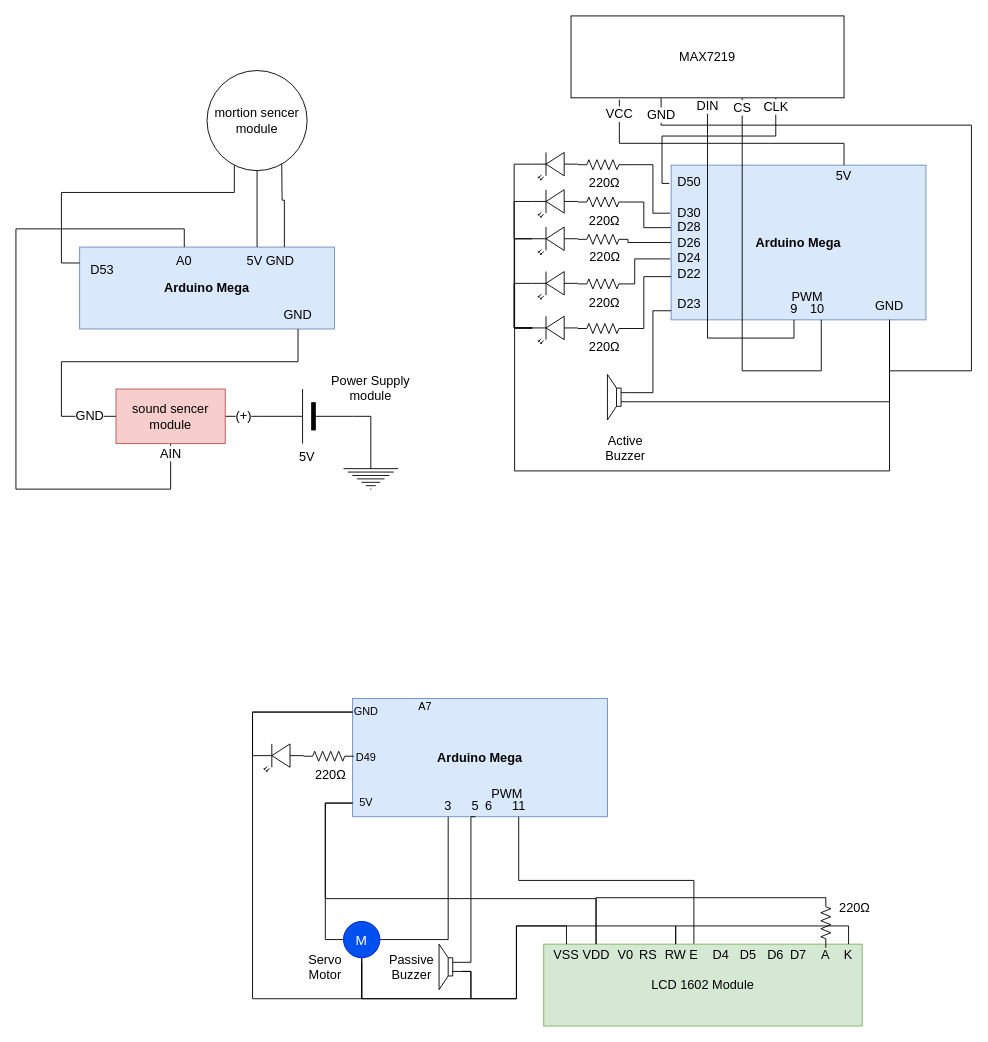
Earlier version of the draw.io diagram page "elect" (4 of 4) of SmartBath.drawio (AK-8420/documents_2021_Arduino_arch). Source tidied: cells renumbered, new cells numbered last; positions are measured from the earlier drawing's top-left corner, leaving out a move shared by most shapes. Both pictures are drawn from the tidied source at 91%, with x=0, y=0 at pixel (15, 15).
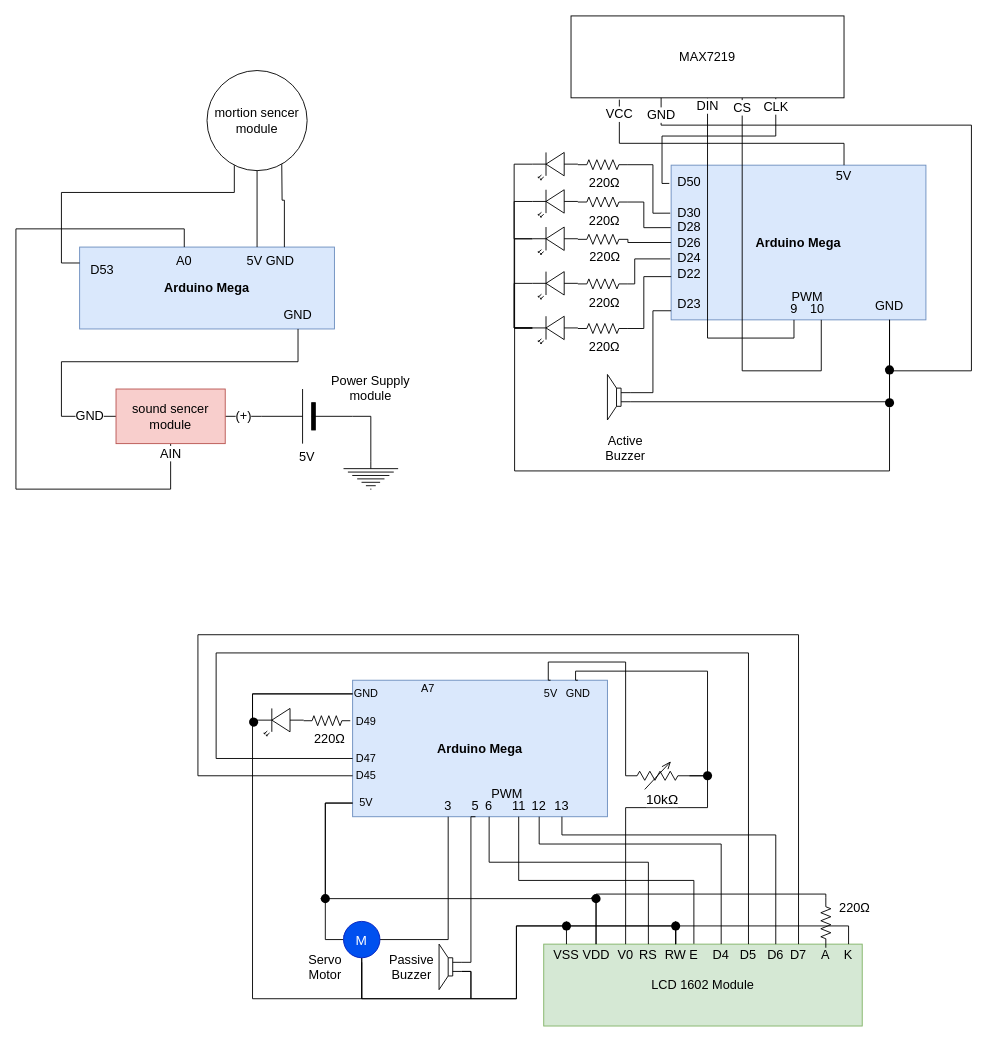
After the change.

The change refers to these unchanged cells:
```xml
<mxCell id="16" value="GND" style="text;html=1;strokeColor=none;fillColor=none;align=center;verticalAlign=middle;whiteSpace=wrap;rounded=0;fontSize=14;" parent="1" vertex="1">
  <mxGeometry x="930" y="304" width="60" height="30" as="geometry" />
</mxCell>
<mxCell id="19" style="verticalLabelPosition=bottom;shadow=0;dashed=0;align=center;html=1;verticalAlign=top;shape=mxgraph.electrical.opto_electronics.led_2;fontSize=14;rotation=-180;" parent="1" vertex="1">
  <mxGeometry x="567.5" y="330" width="50" height="30" as="geometry" />
</mxCell>
<mxCell id="22" style="verticalLabelPosition=bottom;shadow=0;dashed=0;align=center;html=1;verticalAlign=top;shape=mxgraph.electrical.electro-mechanical.loudspeaker;fontSize=14;rotation=-180;" parent="1" vertex="1">
  <mxGeometry x="650" y="394" width="25" height="50" as="geometry" />
</mxCell>
<mxCell id="71" value="5V" style="text;html=1;strokeColor=none;fillColor=none;align=center;verticalAlign=middle;whiteSpace=wrap;rounded=0;" parent="1" vertex="1">
  <mxGeometry x="370" y="850" width="30" height="30" as="geometry" />
</mxCell>
<mxCell id="82" value="VDD" style="text;html=1;strokeColor=none;fillColor=none;align=center;verticalAlign=middle;whiteSpace=wrap;rounded=0;fontSize=14;" parent="1" vertex="1">
  <mxGeometry x="622.5" y="1020" width="30" height="24" as="geometry" />
</mxCell>
<mxCell id="84" value="VSS" style="text;html=1;strokeColor=none;fillColor=none;align=center;verticalAlign=middle;whiteSpace=wrap;rounded=0;fontSize=14;" parent="1" vertex="1">
  <mxGeometry x="590" y="1020" width="30" height="24" as="geometry" />
</mxCell>
<mxCell id="85" value="&lt;font style=&quot;font-size: 15px&quot;&gt;M&lt;/font&gt;" style="ellipse;whiteSpace=wrap;html=1;fillColor=#0050ef;fontColor=#ffffff;strokeColor=#001DBC;" parent="1" vertex="1">
  <mxGeometry x="360" y="995" width="40" height="40" as="geometry" />
</mxCell>
<mxCell id="87" value="D4" style="text;html=1;strokeColor=none;fillColor=none;align=center;verticalAlign=middle;whiteSpace=wrap;rounded=0;fontSize=14;" parent="1" vertex="1">
  <mxGeometry x="760" y="1020" width="30" height="24" as="geometry" />
</mxCell>
<mxCell id="88" value="D5" style="text;html=1;strokeColor=none;fillColor=none;align=center;verticalAlign=middle;whiteSpace=wrap;rounded=0;fontSize=14;" parent="1" vertex="1">
  <mxGeometry x="790" y="1020" width="30" height="24" as="geometry" />
</mxCell>
<mxCell id="89" value="D6" style="text;html=1;strokeColor=none;fillColor=none;align=center;verticalAlign=middle;whiteSpace=wrap;rounded=0;fontSize=14;" parent="1" vertex="1">
  <mxGeometry x="820" y="1020" width="30" height="24" as="geometry" />
</mxCell>
<mxCell id="90" value="D7" style="text;html=1;strokeColor=none;fillColor=none;align=center;verticalAlign=middle;whiteSpace=wrap;rounded=0;fontSize=14;" parent="1" vertex="1">
  <mxGeometry x="845" y="1020" width="30" height="24" as="geometry" />
</mxCell>
<mxCell id="94" value="K" style="text;html=1;strokeColor=none;fillColor=none;align=center;verticalAlign=middle;whiteSpace=wrap;rounded=0;fontSize=14;" parent="1" vertex="1">
  <mxGeometry x="900" y="1020" width="30" height="24" as="geometry" />
</mxCell>
<mxCell id="95" value="RW" style="text;html=1;strokeColor=none;fillColor=none;align=center;verticalAlign=middle;whiteSpace=wrap;rounded=0;fontSize=14;" parent="1" vertex="1">
  <mxGeometry x="710" y="1020" width="30" height="24" as="geometry" />
</mxCell>
<mxCell id="96" value="V0" style="text;html=1;strokeColor=none;fillColor=none;align=center;verticalAlign=middle;whiteSpace=wrap;rounded=0;fontSize=14;" parent="1" vertex="1">
  <mxGeometry x="655" y="1020" width="30" height="24" as="geometry" />
</mxCell>
<mxCell id="97" value="RS" style="text;html=1;strokeColor=none;fillColor=none;align=center;verticalAlign=middle;whiteSpace=wrap;rounded=0;fontSize=14;" parent="1" vertex="1">
  <mxGeometry x="680" y="1020" width="30" height="24" as="geometry" />
</mxCell>
<mxCell id="100" style="verticalLabelPosition=bottom;shadow=0;dashed=0;align=center;html=1;verticalAlign=top;shape=mxgraph.electrical.resistors.resistor_2;fontSize=14;rotation=90;" parent="1" vertex="1">
  <mxGeometry x="862.5" y="991" width="55" height="11" as="geometry" />
</mxCell>
<mxCell id="101" value="5" style="text;html=1;strokeColor=none;fillColor=none;align=center;verticalAlign=middle;whiteSpace=wrap;rounded=0;fontSize=14;" parent="1" vertex="1">
  <mxGeometry x="490" y="856" width="30" height="24" as="geometry" />
</mxCell>
```

Change to the diagram source:
```diff
@@
-    <mxCell id="18" style="edgeStyle=orthogonalEdgeStyle;rounded=0;jettySize=auto;html=1;exitX=1;exitY=0.57;exitDx=0;exitDy=0;exitPerimeter=0;entryX=0.5;entryY=1;entryDx=0;entryDy=0;fontSize=14;endArrow=none;endFill=0;" parent="1" edge="1" source="19" target="16">
+    <mxCell id="18" style="edgeStyle=orthogonalEdgeStyle;rounded=0;jettySize=auto;html=1;exitX=1;exitY=0.57;exitDx=0;exitDy=0;exitPerimeter=0;entryX=0.5;entryY=1;entryDx=0;entryDy=0;fontSize=14;endArrow=none;endFill=0;startArrow=none;" parent="1" edge="1" source="115" target="16">
       <mxGeometry relative="1" as="geometry">
         <Array as="points">
-          <mxPoint x="548" y="343" />
-          <mxPoint x="548" y="500" />
-          <mxPoint x="960" y="500" />
+          <mxPoint x="960" y="426" />
         </Array>
       </mxGeometry>
     </mxCell>
@@
-    <mxCell id="20" style="edgeStyle=orthogonalEdgeStyle;rounded=0;jettySize=auto;html=1;exitX=0;exitY=0.4;exitDx=0;exitDy=0;exitPerimeter=0;entryX=0.5;entryY=1;entryDx=0;entryDy=0;fontSize=14;endArrow=none;endFill=0;" parent="1" edge="1" source="22" target="16">
-      <mxGeometry relative="1" as="geometry" />
+    <mxCell id="20" style="edgeStyle=orthogonalEdgeStyle;rounded=0;jettySize=auto;html=1;exitX=0;exitY=0.4;exitDx=0;exitDy=0;exitPerimeter=0;entryX=0.5;entryY=1;entryDx=0;entryDy=0;fontSize=14;endArrow=none;endFill=0;startArrow=none;" parent="1" edge="1" source="117" target="16">
+      <mxGeometry relative="1" as="geometry">
+        <Array as="points">
+          <mxPoint x="960" y="388" />
+        </Array>
+      </mxGeometry>
     </mxCell>
@@
     <mxCell id="61" value="&lt;b style=&quot;font-size: 12px&quot;&gt;&lt;font style=&quot;font-size: 14px&quot;&gt;Arduino Mega&lt;/font&gt;&lt;/b&gt;" style="rounded=0;whiteSpace=wrap;html=1;fontSize=14;fillColor=#dae8fc;strokeColor=#6c8ebf;" parent="1" vertex="1">
-      <mxGeometry x="370" y="750" width="280" height="130" as="geometry" />
+      <mxGeometry x="370" y="730" width="280" height="150" as="geometry" />
     </mxCell>
     <mxCell id="62" value="D49" style="text;html=1;strokeColor=none;fillColor=none;align=center;verticalAlign=middle;whiteSpace=wrap;rounded=0;" parent="1" vertex="1">
-      <mxGeometry x="370" y="800" width="30" height="30" as="geometry" />
+      <mxGeometry x="370" y="761" width="30" height="30" as="geometry" />
     </mxCell>
     <mxCell id="63" value="A7" style="text;html=1;strokeColor=none;fillColor=none;align=center;verticalAlign=middle;whiteSpace=wrap;rounded=0;" parent="1" vertex="1">
-      <mxGeometry x="435" y="750" width="30" height="17" as="geometry" />
+      <mxGeometry x="437.5" y="730" width="30" height="17" as="geometry" />
     </mxCell>
@@
-    <mxCell id="70" style="edgeStyle=orthogonalEdgeStyle;rounded=0;jettySize=auto;html=1;exitX=0;exitY=0.5;exitDx=0;exitDy=0;entryX=0;entryY=0.5;entryDx=0;entryDy=0;fontSize=15;endArrow=none;endFill=0;" parent="1" edge="1" source="71" target="85">
-      <mxGeometry relative="1" as="geometry" />
+    <mxCell id="70" style="edgeStyle=orthogonalEdgeStyle;rounded=0;jettySize=auto;html=1;exitX=0;exitY=0.5;exitDx=0;exitDy=0;entryX=0;entryY=0.5;entryDx=0;entryDy=0;fontSize=15;endArrow=none;endFill=0;startArrow=none;" parent="1" edge="1" source="119" target="85">
+      <mxGeometry relative="1" as="geometry">
+        <Array as="points">
+          <mxPoint x="340" y="970" />
+          <mxPoint x="340" y="1015" />
+        </Array>
+      </mxGeometry>
     </mxCell>
@@
     <mxCell id="77" style="edgeStyle=orthogonalEdgeStyle;rounded=0;jettySize=auto;html=1;exitX=0;exitY=0.5;exitDx=0;exitDy=0;entryX=0.5;entryY=1;entryDx=0;entryDy=0;fontSize=15;endArrow=none;endFill=0;" parent="1" edge="1" source="78" target="85">
       <mxGeometry relative="1" as="geometry">
         <Array as="points">
-          <mxPoint x="260" y="765" />
+          <mxPoint x="260" y="745" />
           <mxPoint x="260" y="1080" />
           <mxPoint x="380" y="1080" />
         </Array>
       </mxGeometry>
     </mxCell>
     <mxCell id="78" value="GND" style="text;html=1;strokeColor=none;fillColor=none;align=center;verticalAlign=middle;whiteSpace=wrap;rounded=0;" parent="1" vertex="1">
-      <mxGeometry x="370" y="750" width="30" height="30" as="geometry" />
+      <mxGeometry x="370" y="730" width="30" height="30" as="geometry" />
     </mxCell>
@@
-    <mxCell id="83" style="edgeStyle=orthogonalEdgeStyle;rounded=0;jettySize=auto;html=1;exitX=0.5;exitY=0;exitDx=0;exitDy=0;entryX=0.5;entryY=1;entryDx=0;entryDy=0;fontSize=15;endArrow=none;endFill=0;" parent="1" edge="1" source="84" target="85">
+    <mxCell id="83" style="edgeStyle=orthogonalEdgeStyle;rounded=0;jettySize=auto;html=1;exitX=0.5;exitY=0;exitDx=0;exitDy=0;entryX=0.5;entryY=1;entryDx=0;entryDy=0;fontSize=15;endArrow=none;endFill=0;startArrow=none;" parent="1" edge="1" source="127" target="85">
       <mxGeometry relative="1" as="geometry">
         <Array as="points">
           <mxPoint x="605" y="1000" />
           <mxPoint x="550" y="1000" />
           <mxPoint x="550" y="1080" />
           <mxPoint x="380" y="1080" />
         </Array>
       </mxGeometry>
     </mxCell>
+    <mxCell id="106" style="edgeStyle=orthogonalEdgeStyle;rounded=0;jettySize=auto;html=1;exitX=0.5;exitY=0;exitDx=0;exitDy=0;entryX=0.5;entryY=0;entryDx=0;entryDy=0;fontSize=15;endArrow=none;endFill=0;" parent="1" edge="1" source="84" target="95">
+      <mxGeometry relative="1" as="geometry" />
+    </mxCell>
@@
-    <mxCell id="93" style="edgeStyle=orthogonalEdgeStyle;rounded=0;jettySize=auto;html=1;exitX=0.5;exitY=0;exitDx=0;exitDy=0;entryX=0.5;entryY=0;entryDx=0;entryDy=0;fontSize=15;endArrow=none;endFill=0;" parent="1" edge="1" source="94" target="95">
+    <mxCell id="93" style="edgeStyle=orthogonalEdgeStyle;rounded=0;jettySize=auto;html=1;exitX=0.5;exitY=0;exitDx=0;exitDy=0;entryX=0.5;entryY=0;entryDx=0;entryDy=0;fontSize=15;endArrow=none;endFill=0;startArrow=none;" parent="1" edge="1" source="125" target="95">
       <mxGeometry relative="1" as="geometry">
         <Array as="points">
-          <mxPoint x="915" y="1000" />
           <mxPoint x="725" y="1000" />
         </Array>
       </mxGeometry>
     </mxCell>
@@
+    <mxCell id="107" style="edgeStyle=orthogonalEdgeStyle;rounded=0;jettySize=auto;html=1;exitX=0.5;exitY=0;exitDx=0;exitDy=0;entryX=1;entryY=1;entryDx=0;entryDy=0;fontSize=15;endArrow=none;endFill=0;" parent="1" edge="1" source="97" target="101">
+      <mxGeometry relative="1" as="geometry">
+        <Array as="points">
+          <mxPoint x="695" y="930" />
+          <mxPoint x="520" y="930" />
+        </Array>
+      </mxGeometry>
+    </mxCell>
@@
-    <mxCell id="99" style="edgeStyle=orthogonalEdgeStyle;rounded=0;jettySize=auto;html=1;exitX=0;exitY=0.5;exitDx=0;exitDy=0;exitPerimeter=0;entryX=0.5;entryY=0;entryDx=0;entryDy=0;fontSize=15;endArrow=none;endFill=0;" parent="1" edge="1" source="100" target="82">
+    <mxCell id="99" style="edgeStyle=orthogonalEdgeStyle;rounded=0;jettySize=auto;html=1;exitX=0;exitY=0.5;exitDx=0;exitDy=0;exitPerimeter=0;entryX=0.5;entryY=0;entryDx=0;entryDy=0;fontSize=15;endArrow=none;endFill=0;startArrow=none;" parent="1" edge="1" source="121" target="82">
       <mxGeometry relative="1" as="geometry">
         <Array as="points">
           <mxPoint x="638" y="969" />
         </Array>
       </mxGeometry>
     </mxCell>
@@
-    <mxCell id="102" style="edgeStyle=orthogonalEdgeStyle;rounded=0;jettySize=auto;html=1;exitX=1;exitY=0.57;exitDx=0;exitDy=0;exitPerimeter=0;entryX=0;entryY=0.5;entryDx=0;entryDy=0;fontSize=15;endArrow=none;endFill=0;" parent="1" edge="1" source="103" target="78">
-      <mxGeometry relative="1" as="geometry">
-        <Array as="points">
-          <mxPoint x="260" y="813" />
-          <mxPoint x="260" y="765" />
-        </Array>
-      </mxGeometry>
-    </mxCell>
+    <mxCell id="108" style="edgeStyle=orthogonalEdgeStyle;rounded=0;jettySize=auto;html=1;exitX=1;exitY=0.57;exitDx=0;exitDy=0;exitPerimeter=0;entryX=0;entryY=0.5;entryDx=0;entryDy=0;fontSize=15;endArrow=none;endFill=0;startArrow=none;" parent="1" edge="1" source="132" target="78">
+      <mxGeometry relative="1" as="geometry">
+        <Array as="points">
+          <mxPoint x="260" y="745" />
+        </Array>
+      </mxGeometry>
+    </mxCell>
     <mxCell id="103" style="verticalLabelPosition=bottom;shadow=0;dashed=0;align=center;html=1;verticalAlign=top;shape=mxgraph.electrical.opto_electronics.led_2;fontSize=14;rotation=-180;" parent="1" vertex="1">
-      <mxGeometry x="266.2" y="800" width="50" height="30" as="geometry" />
+      <mxGeometry x="266.2" y="761" width="50" height="30" as="geometry" />
     </mxCell>
     <mxCell id="104" value="&amp;nbsp;220Ω" style="text;html=1;strokeColor=none;fillColor=none;align=center;verticalAlign=middle;whiteSpace=wrap;rounded=0;fontSize=14;" parent="1" vertex="1">
-      <mxGeometry x="313.8" y="819" width="60" height="30" as="geometry" />
+      <mxGeometry x="312.5" y="780" width="60" height="30" as="geometry" />
     </mxCell>
     <mxCell id="105" style="verticalLabelPosition=bottom;shadow=0;dashed=0;align=center;html=1;verticalAlign=top;shape=mxgraph.electrical.resistors.resistor_2;fontSize=14;" parent="1" vertex="1">
-      <mxGeometry x="316.2" y="808" width="55" height="11" as="geometry" />
+      <mxGeometry x="316.2" y="769" width="51.2" height="11" as="geometry" />
     </mxCell>
+    <mxCell id="109" style="edgeStyle=orthogonalEdgeStyle;rounded=0;jettySize=auto;html=1;exitX=0;exitY=0.5;exitDx=0;exitDy=0;exitPerimeter=0;fontSize=15;endArrow=none;endFill=0;entryX=0.5;entryY=0;entryDx=0;entryDy=0;" parent="1" edge="1" source="111" target="112">
+      <mxGeometry relative="1" as="geometry">
+        <Array as="points">
+          <mxPoint x="670" y="710" />
+          <mxPoint x="585" y="710" />
+          <mxPoint x="585" y="730" />
+        </Array>
+      </mxGeometry>
+    </mxCell>
+    <mxCell id="110" value="10kΩ" style="edgeStyle=orthogonalEdgeStyle;rounded=0;jettySize=auto;html=1;exitX=1;exitY=0.5;exitDx=0;exitDy=0;exitPerimeter=0;entryX=0.5;entryY=0;entryDx=0;entryDy=0;fontSize=15;endArrow=none;endFill=0;" parent="1" edge="1" source="111" target="96">
+      <mxGeometry x="-0.29" y="-10" relative="1" as="geometry">
+        <Array as="points">
+          <mxPoint x="760" y="835" />
+          <mxPoint x="760" y="870" />
+          <mxPoint x="670" y="870" />
+        </Array>
+      </mxGeometry>
+    </mxCell>
+    <mxCell id="111" style="verticalLabelPosition=bottom;shadow=0;dashed=0;align=center;html=1;verticalAlign=top;shape=mxgraph.electrical.resistors.variable_resistor_2;fontSize=15;" parent="1" vertex="1">
+      <mxGeometry x="670" y="820" width="70" height="30" as="geometry" />
+    </mxCell>
+    <mxCell id="112" value="5V" style="text;html=1;strokeColor=none;fillColor=none;align=center;verticalAlign=middle;whiteSpace=wrap;rounded=0;" parent="1" vertex="1">
+      <mxGeometry x="572.5" y="730" width="30" height="30" as="geometry" />
+    </mxCell>
+    <mxCell id="113" style="edgeStyle=orthogonalEdgeStyle;rounded=0;jettySize=auto;html=1;exitX=0.5;exitY=0;exitDx=0;exitDy=0;entryX=1;entryY=0.5;entryDx=0;entryDy=0;entryPerimeter=0;fontSize=15;endArrow=none;endFill=0;startArrow=none;" parent="1" edge="1" source="123" target="111">
+      <mxGeometry relative="1" as="geometry">
+        <Array as="points">
+          <mxPoint x="760" y="835" />
+        </Array>
+      </mxGeometry>
+    </mxCell>
+    <mxCell id="114" value="GND" style="text;html=1;strokeColor=none;fillColor=none;align=center;verticalAlign=middle;whiteSpace=wrap;rounded=0;" parent="1" vertex="1">
+      <mxGeometry x="602.5" y="730" width="30" height="30" as="geometry" />
+    </mxCell>
+    <mxCell id="115" style="ellipse;fillColor=#000000;strokeColor=none;fontSize=15;" parent="1" vertex="1">
+      <mxGeometry x="955" y="420" width="10" height="10" as="geometry" />
+    </mxCell>
+    <mxCell id="116" style="edgeStyle=orthogonalEdgeStyle;rounded=0;jettySize=auto;html=1;exitX=1;exitY=0.57;exitDx=0;exitDy=0;exitPerimeter=0;entryX=0.5;entryY=1;entryDx=0;entryDy=0;fontSize=14;endArrow=none;endFill=0;" parent="1" edge="1" source="19" target="115">
+      <mxGeometry relative="1" as="geometry">
+        <Array as="points">
+          <mxPoint x="548" y="343" />
+          <mxPoint x="548" y="500" />
+          <mxPoint x="960" y="500" />
+        </Array>
+      </mxGeometry>
+    </mxCell>
+    <mxCell id="117" style="ellipse;fillColor=#000000;strokeColor=none;fontSize=15;" parent="1" vertex="1">
+      <mxGeometry x="955" y="384" width="10" height="10" as="geometry" />
+    </mxCell>
+    <mxCell id="118" style="edgeStyle=orthogonalEdgeStyle;rounded=0;jettySize=auto;html=1;exitX=0;exitY=0.4;exitDx=0;exitDy=0;exitPerimeter=0;entryX=0.5;entryY=1;entryDx=0;entryDy=0;fontSize=14;endArrow=none;endFill=0;" parent="1" edge="1" source="22" target="117">
+      <mxGeometry relative="1" as="geometry" />
+    </mxCell>
+    <mxCell id="119" style="ellipse;fillColor=#000000;strokeColor=none;fontSize=15;" parent="1" vertex="1">
+      <mxGeometry x="335" y="965" width="10" height="10" as="geometry" />
+    </mxCell>
+    <mxCell id="120" style="edgeStyle=orthogonalEdgeStyle;rounded=0;jettySize=auto;html=1;exitX=0;exitY=0.5;exitDx=0;exitDy=0;entryX=0;entryY=0.5;entryDx=0;entryDy=0;fontSize=15;endArrow=none;endFill=0;" parent="1" edge="1" source="71" target="119">
+      <mxGeometry relative="1" as="geometry">
+        <Array as="points">
+          <mxPoint x="340" y="865" />
+          <mxPoint x="340" y="970" />
+        </Array>
+      </mxGeometry>
+    </mxCell>
+    <mxCell id="121" style="ellipse;fillColor=#000000;strokeColor=none;fontSize=15;" parent="1" vertex="1">
+      <mxGeometry x="632.5" y="965" width="10" height="10" as="geometry" />
+    </mxCell>
+    <mxCell id="122" style="edgeStyle=orthogonalEdgeStyle;rounded=0;jettySize=auto;html=1;exitX=0;exitY=0.5;exitDx=0;exitDy=0;exitPerimeter=0;entryX=0.5;entryY=0;entryDx=0;entryDy=0;fontSize=15;endArrow=none;endFill=0;" parent="1" edge="1" source="100" target="121">
+      <mxGeometry relative="1" as="geometry">
+        <Array as="points">
+          <mxPoint x="890" y="965" />
+        </Array>
+      </mxGeometry>
+    </mxCell>
+    <mxCell id="123" style="ellipse;fillColor=#000000;strokeColor=none;fontSize=15;" parent="1" vertex="1">
+      <mxGeometry x="755" y="830" width="10" height="10" as="geometry" />
+    </mxCell>
+    <mxCell id="124" style="edgeStyle=orthogonalEdgeStyle;rounded=0;jettySize=auto;html=1;exitX=0.5;exitY=0;exitDx=0;exitDy=0;entryX=1;entryY=0.5;entryDx=0;entryDy=0;entryPerimeter=0;fontSize=15;endArrow=none;endFill=0;" parent="1" edge="1" source="114" target="123">
+      <mxGeometry relative="1" as="geometry">
+        <Array as="points">
+          <mxPoint x="615" y="730" />
+          <mxPoint x="615" y="720" />
+          <mxPoint x="760" y="720" />
+          <mxPoint x="760" y="835" />
+        </Array>
+      </mxGeometry>
+    </mxCell>
+    <mxCell id="125" style="ellipse;fillColor=#000000;strokeColor=none;fontSize=15;" parent="1" vertex="1">
+      <mxGeometry x="720" y="995" width="10" height="10" as="geometry" />
+    </mxCell>
+    <mxCell id="126" style="edgeStyle=orthogonalEdgeStyle;rounded=0;jettySize=auto;html=1;exitX=0.5;exitY=0;exitDx=0;exitDy=0;entryX=0.5;entryY=0;entryDx=0;entryDy=0;fontSize=15;endArrow=none;endFill=0;" parent="1" edge="1" source="94" target="125">
+      <mxGeometry relative="1" as="geometry">
+        <Array as="points">
+          <mxPoint x="915" y="1000" />
+        </Array>
+      </mxGeometry>
+    </mxCell>
+    <mxCell id="127" style="ellipse;fillColor=#000000;strokeColor=none;fontSize=15;" parent="1" vertex="1">
+      <mxGeometry x="600" y="995" width="10" height="10" as="geometry" />
+    </mxCell>
+    <mxCell id="128" style="edgeStyle=orthogonalEdgeStyle;rounded=0;jettySize=auto;html=1;exitX=0;exitY=0.5;exitDx=0;exitDy=0;entryX=0.5;entryY=0;entryDx=0;entryDy=0;fontSize=15;endArrow=none;endFill=0;" parent="1" edge="1" source="129" target="88">
+      <mxGeometry relative="1" as="geometry">
+        <Array as="points">
+          <mxPoint x="220" y="816" />
+          <mxPoint x="220" y="700" />
+          <mxPoint x="805" y="700" />
+        </Array>
+      </mxGeometry>
+    </mxCell>
+    <mxCell id="129" value="D47" style="text;html=1;strokeColor=none;fillColor=none;align=center;verticalAlign=middle;whiteSpace=wrap;rounded=0;" parent="1" vertex="1">
+      <mxGeometry x="370" y="801" width="30" height="30" as="geometry" />
+    </mxCell>
+    <mxCell id="130" style="edgeStyle=orthogonalEdgeStyle;rounded=0;jettySize=auto;html=1;exitX=0;exitY=0.5;exitDx=0;exitDy=0;entryX=0.5;entryY=0;entryDx=0;entryDy=0;fontSize=15;endArrow=none;endFill=0;" parent="1" edge="1" source="131" target="90">
+      <mxGeometry relative="1" as="geometry">
+        <Array as="points">
+          <mxPoint x="200" y="835" />
+          <mxPoint x="200" y="680" />
+          <mxPoint x="860" y="680" />
+        </Array>
+      </mxGeometry>
+    </mxCell>
+    <mxCell id="131" value="D45" style="text;html=1;strokeColor=none;fillColor=none;align=center;verticalAlign=middle;whiteSpace=wrap;rounded=0;" parent="1" vertex="1">
+      <mxGeometry x="370" y="820" width="30" height="30" as="geometry" />
+    </mxCell>
+    <mxCell id="132" style="ellipse;fillColor=#000000;strokeColor=none;fontSize=15;" parent="1" vertex="1">
+      <mxGeometry x="256.2" y="771" width="10" height="10" as="geometry" />
+    </mxCell>
+    <mxCell id="133" style="edgeStyle=orthogonalEdgeStyle;rounded=0;jettySize=auto;html=1;exitX=1;exitY=0.57;exitDx=0;exitDy=0;exitPerimeter=0;fontSize=15;endArrow=none;endFill=0;" parent="1" edge="1" source="103">
+      <mxGeometry relative="1" as="geometry">
+        <mxPoint x="260" y="780" as="targetPoint" />
+        <Array as="points">
+          <mxPoint x="260" y="774" />
+        </Array>
+      </mxGeometry>
+    </mxCell>
+    <mxCell id="134" style="edgeStyle=orthogonalEdgeStyle;rounded=0;jettySize=auto;html=1;exitX=0.5;exitY=1;exitDx=0;exitDy=0;entryX=0.5;entryY=0;entryDx=0;entryDy=0;fontSize=15;endArrow=none;endFill=0;" parent="1" edge="1" source="135" target="87">
+      <mxGeometry relative="1" as="geometry">
+        <Array as="points">
+          <mxPoint x="575" y="910" />
+          <mxPoint x="775" y="910" />
+        </Array>
+      </mxGeometry>
+    </mxCell>
+    <mxCell id="135" value="12" style="text;html=1;strokeColor=none;fillColor=none;align=center;verticalAlign=middle;whiteSpace=wrap;rounded=0;fontSize=14;" parent="1" vertex="1">
+      <mxGeometry x="560" y="856" width="30" height="24" as="geometry" />
+    </mxCell>
+    <mxCell id="136" style="edgeStyle=orthogonalEdgeStyle;rounded=0;jettySize=auto;html=1;exitX=0.5;exitY=1;exitDx=0;exitDy=0;entryX=0.5;entryY=0;entryDx=0;entryDy=0;fontSize=15;endArrow=none;endFill=0;" parent="1" edge="1" source="137" target="89">
+      <mxGeometry relative="1" as="geometry">
+        <Array as="points">
+          <mxPoint x="600" y="900" />
+          <mxPoint x="835" y="900" />
+        </Array>
+      </mxGeometry>
+    </mxCell>
+    <mxCell id="137" value="13" style="text;html=1;strokeColor=none;fillColor=none;align=center;verticalAlign=middle;whiteSpace=wrap;rounded=0;fontSize=14;" parent="1" vertex="1">
+      <mxGeometry x="585" y="856" width="30" height="24" as="geometry" />
+    </mxCell>
```
